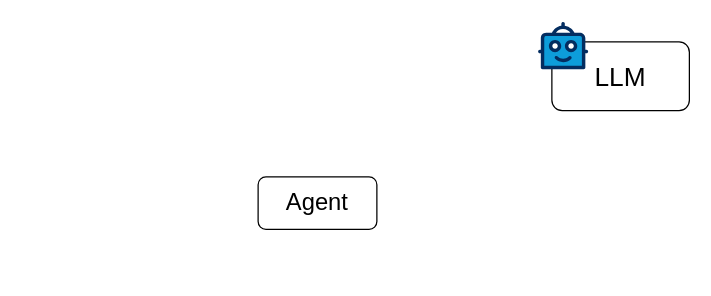
ZYNsama666/BackUp keeps this draw.io diagram as EE.drawio. Above is the earlier version. Source tidied: cells renumbered, new cells numbered last; positions are measured from the earlier drawing's top-left corner, leaving out a move shared by most shapes. Both pictures are drawn from the tidied source at 125%, with x=0, y=0 at pixel (258, 21).
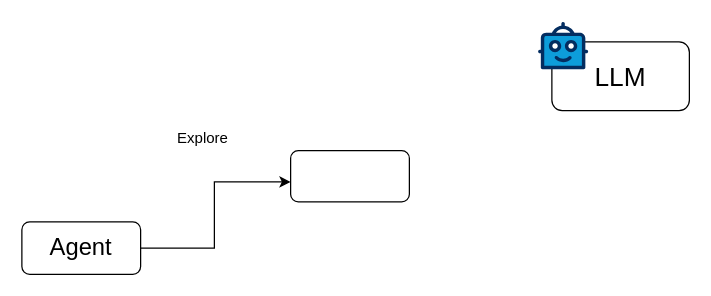
After the change.

The edit, as a diff of the source:
```diff
@@
 <mxGraphModel>
   <root>
     <mxCell id="0" />
     <mxCell id="1" parent="0" />
     <mxCell id="2" value="&lt;font style=&quot;font-size: 21px;&quot;&gt;LLM&lt;/font&gt;" style="rounded=1;whiteSpace=wrap;html=1;" parent="1" vertex="1">
       <mxGeometry x="235" y="16" width="110" height="55" as="geometry" />
     </mxCell>
+    <mxCell id="5" style="edgeStyle=orthogonalEdgeStyle;rounded=0;jettySize=auto;html=1;" parent="1" edge="1" source="3" target="6">
+      <mxGeometry relative="1" as="geometry">
+        <Array as="points">
+          <mxPoint x="-35" y="181" />
+          <mxPoint x="-35" y="128" />
+        </Array>
+      </mxGeometry>
+    </mxCell>
     <mxCell id="3" value="&lt;font style=&quot;font-size: 19px;&quot;&gt;Agent&lt;/font&gt;" style="rounded=1;whiteSpace=wrap;html=1;" parent="1" vertex="1">
-      <mxGeometry y="124" width="95" height="42" as="geometry" />
+      <mxGeometry x="-189" y="160" width="95" height="42" as="geometry" />
     </mxCell>
     <mxCell id="4" style="verticalLabelPosition=bottom;html=1;shape=mxgraph.salesforce.bots;fillColorStyles=fillColor2,fillColor3,fillColor4;fillColor2=#032d60;fillColor3=#0d9dda;fillColor4=#ffffff;fillColor=none;strokeColor=none;" parent="1" vertex="1">
       <mxGeometry x="224" width="40" height="38" as="geometry" />
     </mxCell>
+    <mxCell id="6" style="whiteSpace=wrap;html=1;rounded=1;" parent="1" vertex="1">
+      <mxGeometry x="26" y="103" width="95" height="41" as="geometry" />
+    </mxCell>
+    <mxCell id="7" value="Explore" style="text;html=1;align=center;verticalAlign=middle;whiteSpace=wrap;rounded=0;" parent="1" vertex="1">
+      <mxGeometry x="-74" y="78" width="60" height="30" as="geometry" />
+    </mxCell>
   </root>
 </mxGraphModel>
```
